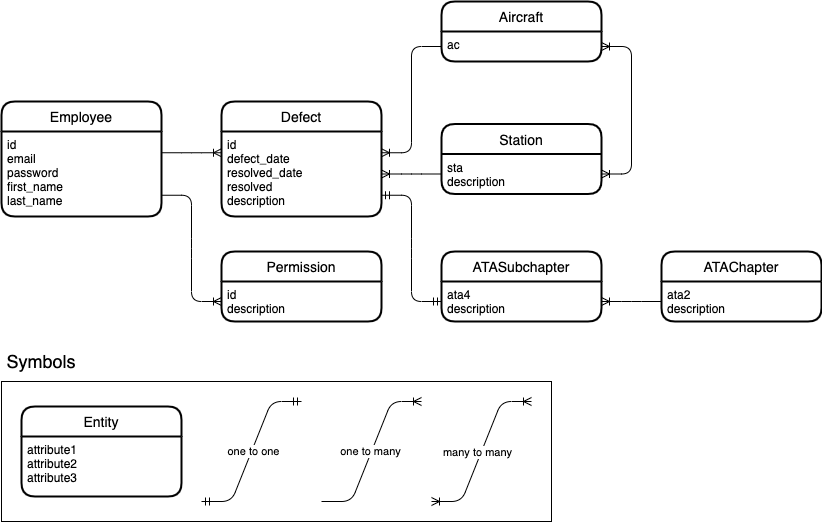
This is Documentation/nosql_model.png from csuttner/FlyOn, a draw.io export, as it was before one commit. Source tidied: cells renumbered, new cells last; positions are measured from the earlier drawing's top-left corner, leaving out a move shared by most shapes.
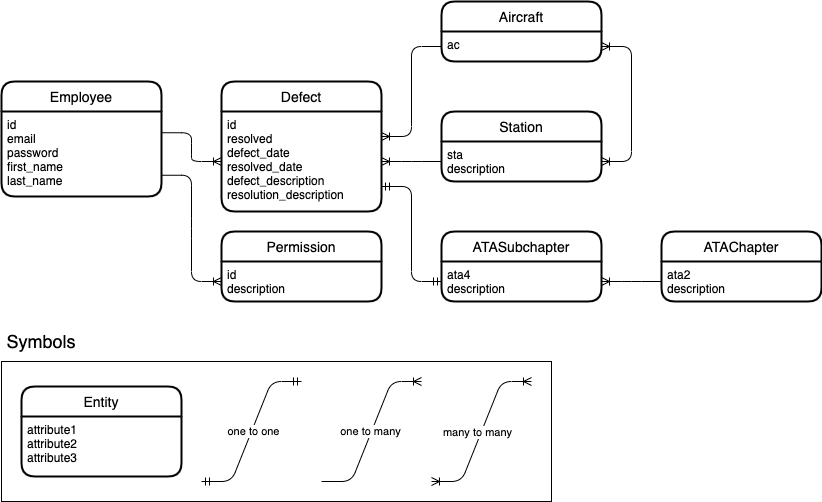
Above is the later version.

Commit message:
updates model diagram

Diff of the diagram source:
```diff
@@ -6,10 +6,10 @@
       <mxGeometry y="380" width="550" height="140" as="geometry" />
     </mxCell>
     <mxCell id="3" value="Defect" style="swimlane;horizontal=1;startSize=30;rounded=1;fontSize=14;fontStyle=0;strokeWidth=2;shadow=0;dashed=0;align=center;fillColor=#FFFFFF;" parent="1" vertex="1">
-      <mxGeometry x="220" y="100" width="160" height="115" as="geometry" />
+      <mxGeometry x="220" y="100" width="160" height="130" as="geometry" />
     </mxCell>
-    <mxCell id="4" value="id&#10;defect_date&#10;resolved_date&#10;resolved&#10;description" style="align=left;strokeColor=none;fillColor=none;spacingLeft=4;fontSize=12;verticalAlign=top;" parent="3" vertex="1">
-      <mxGeometry y="30" width="160" height="85" as="geometry" />
+    <mxCell id="4" value="id&#10;resolved&#10;defect_date&#10;resolved_date&#10;defect_description&#10;resolution_description" style="align=left;strokeColor=none;fillColor=none;spacingLeft=4;fontSize=12;verticalAlign=top;" parent="3" vertex="1">
+      <mxGeometry y="30" width="160" height="100" as="geometry" />
     </mxCell>
     <mxCell id="5" value="ATASubchapter" style="swimlane;horizontal=1;startSize=30;rounded=1;fontSize=14;fontStyle=0;strokeWidth=2;shadow=0;dashed=0;align=center;fillColor=#FFFFFF;" parent="1" vertex="1">
       <mxGeometry x="440" y="250" width="160" height="70" as="geometry" />
@@ -33,13 +33,13 @@
       <mxGeometry y="30" width="160" height="40" as="geometry" />
     </mxCell>
     <mxCell id="12" value="Station" style="swimlane;horizontal=1;startSize=30;rounded=1;fontSize=14;fontStyle=0;strokeWidth=2;shadow=0;dashed=0;align=center;fillColor=#FFFFFF;" parent="1" vertex="1">
-      <mxGeometry x="440" y="122.5" width="160" height="70" as="geometry" />
+      <mxGeometry x="440" y="130" width="160" height="70" as="geometry" />
     </mxCell>
     <mxCell id="13" value="sta&#10;description" style="align=left;strokeColor=none;fillColor=none;spacingLeft=4;fontSize=12;verticalAlign=top;" parent="12" vertex="1">
       <mxGeometry y="30" width="160" height="40" as="geometry" />
     </mxCell>
     <mxCell id="14" value="Aircraft" style="swimlane;horizontal=1;startSize=30;rounded=1;fontSize=14;fontStyle=0;strokeWidth=2;shadow=0;dashed=0;align=center;fillColor=#FFFFFF;" parent="1" vertex="1">
-      <mxGeometry x="440" width="160" height="60" as="geometry" />
+      <mxGeometry x="440" y="20" width="160" height="60" as="geometry" />
     </mxCell>
     <mxCell id="15" value="ac" style="align=left;strokeColor=none;fillColor=none;spacingLeft=4;fontSize=12;verticalAlign=top;" parent="14" vertex="1">
       <mxGeometry y="30" width="160" height="30" as="geometry" />
@@ -50,7 +50,7 @@
     <mxCell id="17" value="id&#10;email&#10;password&#10;first_name&#10;last_name" style="align=left;strokeColor=none;fillColor=none;spacingLeft=4;fontSize=12;verticalAlign=top;" parent="16" vertex="1">
       <mxGeometry y="30" width="160" height="85" as="geometry" />
     </mxCell>
-    <mxCell id="18" style="edgeStyle=entityRelationEdgeStyle;fontSize=12;html=1;endArrow=ERoneToMany;exitX=1;exitY=0.25;exitDx=0;exitDy=0;entryX=0;entryY=0.25;entryDx=0;entryDy=0;" parent="1" edge="1" source="17" target="4">
+    <mxCell id="18" style="edgeStyle=entityRelationEdgeStyle;fontSize=12;html=1;endArrow=ERoneToMany;exitX=1;exitY=0.25;exitDx=0;exitDy=0;entryX=0;entryY=0.5;entryDx=0;entryDy=0;" parent="1" edge="1" source="17" target="4">
       <mxGeometry relative="1" as="geometry" />
     </mxCell>
     <mxCell id="19" style="edgeStyle=entityRelationEdgeStyle;fontSize=12;html=1;endArrow=ERoneToMany;exitX=0;exitY=0.5;exitDx=0;exitDy=0;entryX=1;entryY=0.5;entryDx=0;entryDy=0;" parent="1" edge="1" source="8" target="6">
```
